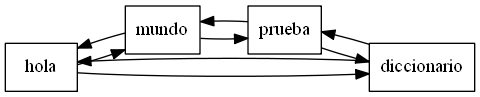
Before: RepDiccionario.png, a diagram exported from Graphviz (loumisha96/EDD_1S2020_PY1_201602935). Its source is kept beside it as RepDiccionario.dot. The source it was exported from:
```dot
digraph G{
rankdir = LR;
node [shape= record];
hola->mundo
diccionario->prueba
mundo->prueba
hola->diccionario
prueba->diccionario
mundo->hola
diccionario->hola
prueba->mundo
}
```
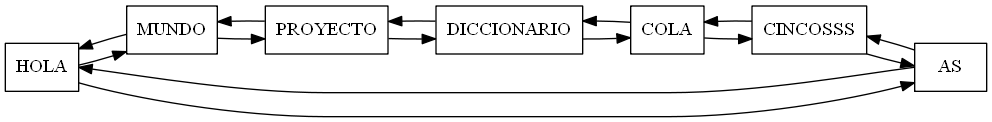
Later version of the same file.

Diff of the diagram source:
```diff
@@ -1,12 +1,18 @@
 digraph G{
 rankdir = LR;
 node [shape= record];
-hola->mundo
-diccionario->prueba
-mundo->prueba
-hola->diccionario
-prueba->diccionario
-mundo->hola
-diccionario->hola
-prueba->mundo
+HOLA->MUNDO
+AS->CINCOSSS
+MUNDO->PROYECTO
+HOLA->AS
+PROYECTO->DICCIONARIO
+MUNDO->HOLA
+DICCIONARIO->COLA
+PROYECTO->MUNDO
+COLA->CINCOSSS
+DICCIONARIO->PROYECTO
+CINCOSSS->AS
+COLA->DICCIONARIO
+AS->HOLA
+CINCOSSS->COLA
 }
```
